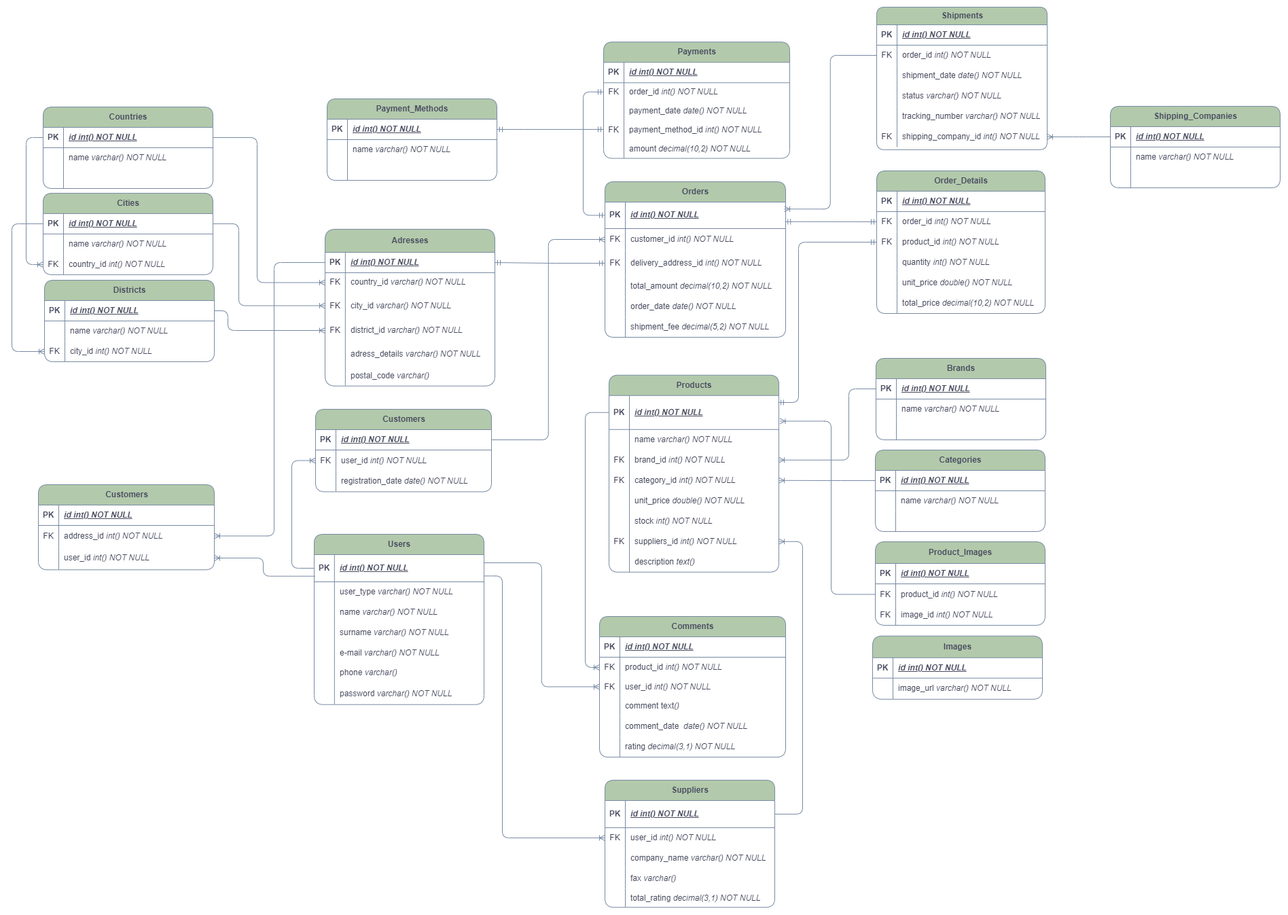
bilgstrn/e_commerce_database keeps this draw.io diagram as e_commerce_diagram.png. Above is the earlier version. Source tidied: cells renumbered, new cells last; positions are measured from the earlier drawing's top-left corner, leaving out a move shared by most shapes.
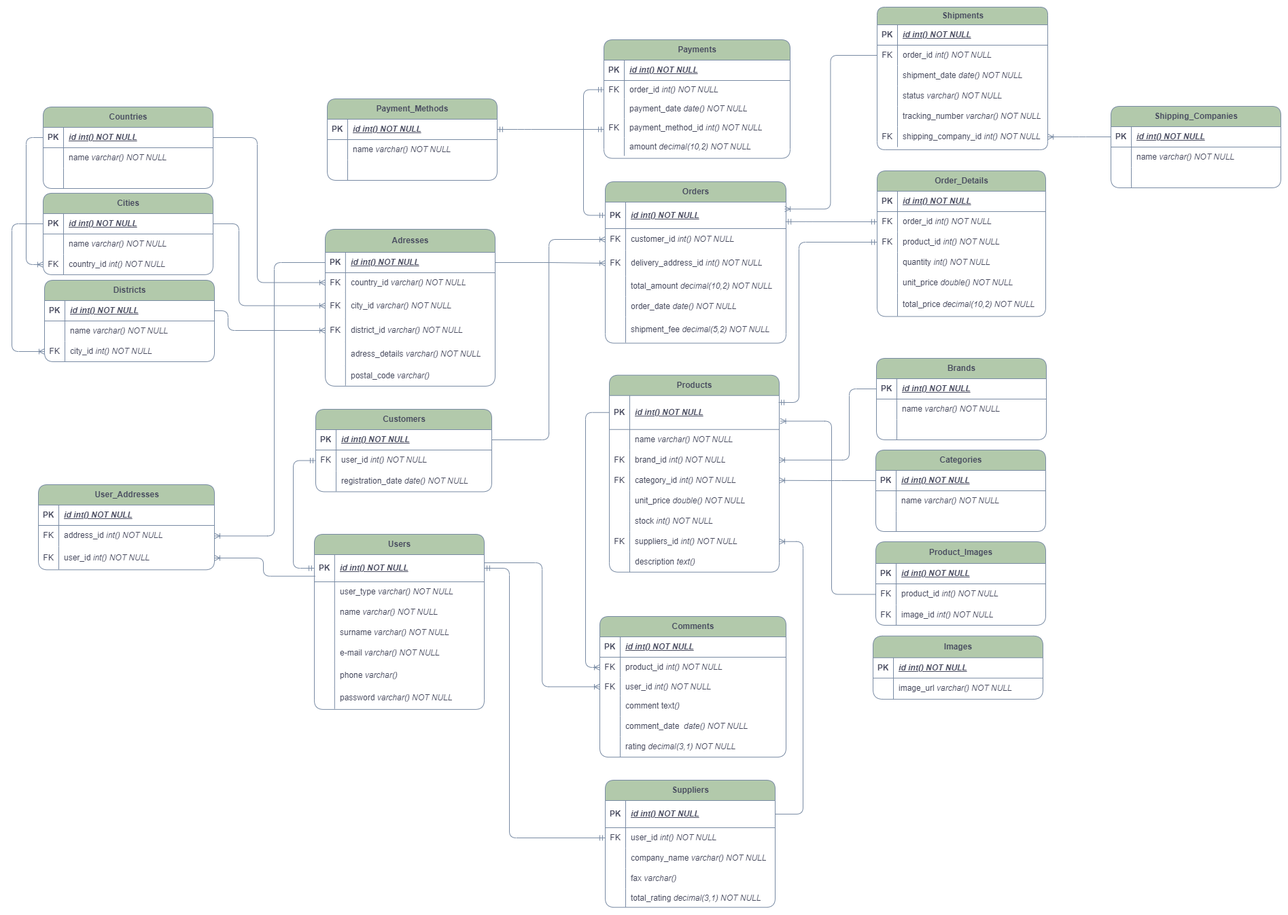
Above is the later version.

What changed in the source:
```diff
@@ -93,7 +93,7 @@
       <mxGeometry x="30" width="220" height="30" as="geometry" />
     </mxCell>
     <mxCell id="32" value="Order_Details" style="shape=table;startSize=30;rowLines=0;fontStyle=1;align=center;html=1;fillColor=#B2C9AB;strokeColor=#788AA3;labelBackgroundColor=none;fontColor=#46495D;rounded=1;" parent="1" vertex="1">
-      <mxGeometry x="1273" y="241" width="248" height="210" as="geometry" />
+      <mxGeometry x="1273" y="241" width="248" height="214.4" as="geometry" />
     </mxCell>
     <mxCell id="33" style="shape=tableRow;horizontal=0;startSize=0;swimlaneHead=0;swimlaneBody=0;fillColor=none;top=0;left=0;right=0;bottom=1;labelBackgroundColor=none;strokeColor=#788AA3;fontColor=#46495D;rounded=1;" parent="32" vertex="1">
       <mxGeometry y="30" width="248" height="30" as="geometry" />
@@ -141,13 +141,13 @@
       <mxGeometry x="30" width="218" height="30" as="geometry" />
     </mxCell>
     <mxCell id="48" style="shape=tableRow;horizontal=0;startSize=0;swimlaneHead=0;swimlaneBody=0;fillColor=none;top=0;left=0;right=0;bottom=0;labelBackgroundColor=none;strokeColor=#788AA3;fontColor=#46495D;rounded=1;" parent="32" vertex="1">
-      <mxGeometry y="180" width="248" height="30" as="geometry" />
+      <mxGeometry y="180" width="248" height="34" as="geometry" />
     </mxCell>
     <mxCell id="49" style="shape=partialRectangle;fillColor=none;top=0;left=0;bottom=0;right=0;overflow=hidden;whiteSpace=wrap;html=1;labelBackgroundColor=none;strokeColor=#788AA3;fontColor=#46495D;rounded=1;" parent="48" vertex="1">
-      <mxGeometry width="30" height="30" as="geometry" />
+      <mxGeometry width="30" height="34" as="geometry" />
     </mxCell>
     <mxCell id="50" value="total_price &lt;i&gt;decimal(10,2) NOT NULL&lt;/i&gt;" style="shape=partialRectangle;fillColor=none;top=0;left=0;bottom=0;right=0;align=left;spacingLeft=6;overflow=hidden;whiteSpace=wrap;html=1;labelBackgroundColor=none;strokeColor=#788AA3;fontColor=#46495D;rounded=1;" parent="48" vertex="1">
-      <mxGeometry x="30" width="218" height="30" as="geometry" />
+      <mxGeometry x="30" width="218" height="34" as="geometry" />
     </mxCell>
     <mxCell id="51" value="Products" style="shape=table;startSize=30;rowLines=0;fontStyle=1;align=center;html=1;fillColor=#B2C9AB;strokeColor=#788AA3;labelBackgroundColor=none;fontColor=#46495D;rounded=1;" parent="1" vertex="1">
       <mxGeometry x="879" y="541.8" width="250" height="290" as="geometry" />
@@ -225,7 +225,7 @@
       <mxGeometry x="30" width="220" height="30" as="geometry" />
     </mxCell>
     <mxCell id="76" value="Orders" style="shape=table;startSize=30;rowLines=0;fontStyle=1;align=center;html=1;fillColor=#B2C9AB;strokeColor=#788AA3;labelBackgroundColor=none;fontColor=#46495D;rounded=1;" parent="1" vertex="1">
-      <mxGeometry x="873" y="257" width="266" height="229" as="geometry" />
+      <mxGeometry x="873" y="257" width="266" height="237.7" as="geometry" />
     </mxCell>
     <mxCell id="77" style="shape=tableRow;horizontal=0;startSize=0;swimlaneHead=0;swimlaneBody=0;fillColor=none;points=[[0,0.5],[1,0.5]];portConstraint=eastwest;top=0;left=0;right=0;bottom=1;labelBackgroundColor=none;strokeColor=#788AA3;fontColor=#46495D;rounded=1;" parent="76" vertex="1">
       <mxGeometry y="30" width="266" height="39" as="geometry" />
@@ -273,13 +273,13 @@
       <mxGeometry x="30" width="236" height="30" as="geometry" />
     </mxCell>
     <mxCell id="92" style="shape=tableRow;horizontal=0;startSize=0;swimlaneHead=0;swimlaneBody=0;fillColor=none;top=0;left=0;right=0;bottom=0;labelBackgroundColor=none;strokeColor=#788AA3;fontColor=#46495D;rounded=1;" parent="76" vertex="1">
-      <mxGeometry y="199" width="266" height="30" as="geometry" />
+      <mxGeometry y="199" width="266" height="38" as="geometry" />
     </mxCell>
     <mxCell id="93" style="shape=partialRectangle;fillColor=none;top=0;left=0;bottom=0;right=0;overflow=hidden;whiteSpace=wrap;html=1;labelBackgroundColor=none;strokeColor=#788AA3;fontColor=#46495D;rounded=1;" parent="92" vertex="1">
-      <mxGeometry width="30" height="30" as="geometry" />
+      <mxGeometry width="30" height="38" as="geometry" />
     </mxCell>
     <mxCell id="94" value="shipment_fee &lt;i&gt;decimal(5,2) NOT NULL&lt;/i&gt;" style="shape=partialRectangle;fillColor=none;top=0;left=0;bottom=0;right=0;align=left;spacingLeft=6;overflow=hidden;whiteSpace=wrap;html=1;labelBackgroundColor=none;strokeColor=#788AA3;fontColor=#46495D;rounded=1;" parent="92" vertex="1">
-      <mxGeometry x="30" width="236" height="30" as="geometry" />
+      <mxGeometry x="30" width="236" height="38" as="geometry" />
     </mxCell>
     <mxCell id="95" value="Comments" style="shape=table;startSize=30;rowLines=0;fontStyle=1;align=center;html=1;fillColor=#B2C9AB;strokeColor=#788AA3;labelBackgroundColor=none;fontColor=#46495D;rounded=1;" parent="1" vertex="1">
       <mxGeometry x="865" y="897" width="274" height="207.1" as="geometry" />
@@ -396,7 +396,7 @@
       <mxGeometry x="30" width="221" height="30" as="geometry" />
     </mxCell>
     <mxCell id="133" value="Payments" style="shape=table;startSize=30;rowLines=0;fontStyle=1;align=center;html=1;fillColor=#B2C9AB;strokeColor=#788AA3;labelBackgroundColor=none;fontColor=#46495D;rounded=1;" parent="1" vertex="1">
-      <mxGeometry x="871" y="51.3" width="274" height="171.3" as="geometry" />
+      <mxGeometry x="871" y="48" width="274" height="174.6" as="geometry" />
     </mxCell>
     <mxCell id="134" style="shape=tableRow;horizontal=0;startSize=0;swimlaneHead=0;swimlaneBody=0;fillColor=none;top=0;left=0;right=0;bottom=1;labelBackgroundColor=none;strokeColor=#788AA3;fontColor=#46495D;rounded=1;" parent="133" vertex="1">
       <mxGeometry y="30" width="274" height="30" as="geometry" />
@@ -492,7 +492,7 @@
       <mxGeometry x="30" width="220" height="27" as="geometry" />
     </mxCell>
     <mxCell id="165" value="Adresses" style="shape=table;startSize=34;rowLines=0;fontStyle=1;align=center;html=1;fillColor=#B2C9AB;strokeColor=#788AA3;labelBackgroundColor=none;fontColor=#46495D;rounded=1;" parent="1" vertex="1">
-      <mxGeometry x="461" y="327" width="250" height="230.8" as="geometry" />
+      <mxGeometry x="461" y="327" width="250" height="231" as="geometry" />
     </mxCell>
     <mxCell id="166" style="shape=tableRow;horizontal=0;startSize=0;swimlaneHead=0;swimlaneBody=0;fillColor=none;points=[[0,0.5],[1,0.5]];portConstraint=eastwest;top=0;left=0;right=0;bottom=1;labelBackgroundColor=none;strokeColor=#788AA3;fontColor=#46495D;rounded=1;" parent="165" vertex="1">
       <mxGeometry y="34" width="250" height="30" as="geometry" />
@@ -669,7 +669,7 @@
       <mxGeometry x="30" width="229" height="30" as="geometry" />
     </mxCell>
     <mxCell id="224" value="Users" style="shape=table;startSize=30;rowLines=0;fontStyle=1;align=center;html=1;fillColor=#B2C9AB;strokeColor=#788AA3;labelBackgroundColor=none;fontColor=#46495D;rounded=1;" parent="1" vertex="1">
-      <mxGeometry x="445" y="776" width="250" height="250.7" as="geometry" />
+      <mxGeometry x="445" y="776" width="250" height="257.9" as="geometry" />
     </mxCell>
     <mxCell id="225" style="shape=tableRow;horizontal=0;startSize=0;swimlaneHead=0;swimlaneBody=0;fillColor=none;points=[[0,0.5],[1,0.5]];portConstraint=eastwest;top=0;left=0;right=0;bottom=1;labelBackgroundColor=none;strokeColor=#788AA3;fontColor=#46495D;rounded=1;" parent="224" vertex="1">
       <mxGeometry y="30" width="250" height="40" as="geometry" />
@@ -717,16 +717,16 @@
       <mxGeometry x="29.8" width="220.2" height="29" as="geometry" />
     </mxCell>
     <mxCell id="240" style="shape=tableRow;horizontal=0;startSize=0;swimlaneHead=0;swimlaneBody=0;fillColor=none;top=0;left=0;right=0;bottom=0;labelBackgroundColor=none;strokeColor=#788AA3;fontColor=#46495D;rounded=1;" parent="224" vertex="1">
-      <mxGeometry y="189" width="250" height="30" as="geometry" />
+      <mxGeometry y="189" width="250" height="37" as="geometry" />
     </mxCell>
     <mxCell id="241" style="shape=partialRectangle;fillColor=none;top=0;left=0;bottom=0;right=0;overflow=hidden;whiteSpace=wrap;html=1;labelBackgroundColor=none;strokeColor=#788AA3;fontColor=#46495D;rounded=1;" parent="240" vertex="1">
-      <mxGeometry width="29.8" height="30" as="geometry" />
+      <mxGeometry width="29.8" height="37" as="geometry" />
     </mxCell>
     <mxCell id="242" value="phone&amp;nbsp;&lt;i&gt;varchar()&lt;/i&gt;&amp;nbsp;" style="shape=partialRectangle;fillColor=none;top=0;left=0;bottom=0;right=0;align=left;spacingLeft=6;overflow=hidden;whiteSpace=wrap;html=1;labelBackgroundColor=none;strokeColor=#788AA3;fontColor=#46495D;rounded=1;" parent="240" vertex="1">
-      <mxGeometry x="29.8" width="220.2" height="30" as="geometry" />
+      <mxGeometry x="29.8" width="220.2" height="37" as="geometry" />
     </mxCell>
     <mxCell id="243" style="shape=tableRow;horizontal=0;startSize=0;swimlaneHead=0;swimlaneBody=0;fillColor=none;top=0;left=0;right=0;bottom=0;labelBackgroundColor=none;strokeColor=#788AA3;fontColor=#46495D;rounded=1;" parent="224" vertex="1">
-      <mxGeometry y="219" width="250" height="31" as="geometry" />
+      <mxGeometry y="226" width="250" height="31" as="geometry" />
     </mxCell>
     <mxCell id="244" style="shape=partialRectangle;fillColor=none;top=0;left=0;bottom=0;right=0;overflow=hidden;whiteSpace=wrap;html=1;labelBackgroundColor=none;strokeColor=#788AA3;fontColor=#46495D;rounded=1;" parent="243" vertex="1">
       <mxGeometry width="29.8" height="31" as="geometry" />
@@ -748,20 +748,6 @@
         </Array>
       </mxGeometry>
     </mxCell>
-    <mxCell id="248" style="edgeStyle=elbowEdgeStyle;fontSize=12;html=1;endArrow=ERoneToMany;rounded=1;exitX=0;exitY=0.5;exitDx=0;exitDy=0;entryX=0;entryY=0.5;entryDx=0;entryDy=0;labelBackgroundColor=none;strokeColor=#788AA3;fontColor=default;" parent="1" edge="1" source="225" target="218">
-      <mxGeometry relative="1" as="geometry">
-        <Array as="points">
-          <mxPoint x="412" y="748" />
-        </Array>
-      </mxGeometry>
-    </mxCell>
-    <mxCell id="249" style="edgeStyle=elbowEdgeStyle;fontSize=12;html=1;endArrow=ERoneToMany;rounded=1;entryX=0;entryY=0.5;entryDx=0;entryDy=0;exitX=1.001;exitY=0.785;exitDx=0;exitDy=0;exitPerimeter=0;labelBackgroundColor=none;strokeColor=#788AA3;fontColor=default;" parent="1" edge="1" source="225" target="153">
-      <mxGeometry relative="1" as="geometry">
-        <Array as="points">
-          <mxPoint x="722" y="1020" />
-        </Array>
-      </mxGeometry>
-    </mxCell>
     <mxCell id="250" style="edgeStyle=elbowEdgeStyle;fontSize=12;html=1;endArrow=ERoneToMany;rounded=1;exitX=1;exitY=0.5;exitDx=0;exitDy=0;entryX=1;entryY=0.5;entryDx=0;entryDy=0;labelBackgroundColor=none;strokeColor=#788AA3;fontColor=default;" parent="1" edge="1" source="150" target="70">
       <mxGeometry relative="1" as="geometry">
         <Array as="points">
@@ -782,9 +768,6 @@
         </Array>
       </mxGeometry>
     </mxCell>
-    <mxCell id="254" style="edgeStyle=elbowEdgeStyle;fontSize=12;html=1;endArrow=ERmandOne;startArrow=ERmandOne;rounded=1;entryX=1;entryY=0.5;entryDx=0;entryDy=0;exitX=0;exitY=0.5;exitDx=0;exitDy=0;labelBackgroundColor=none;strokeColor=#788AA3;fontColor=default;" parent="1" edge="1" source="83" target="166">
-      <mxGeometry relative="1" as="geometry" />
-    </mxCell>
     <mxCell id="255" style="edgeStyle=elbowEdgeStyle;fontSize=12;html=1;endArrow=ERoneToMany;rounded=1;exitX=1;exitY=0.5;exitDx=0;exitDy=0;entryX=0;entryY=0.5;entryDx=0;entryDy=0;labelBackgroundColor=none;strokeColor=#788AA3;fontColor=default;" parent="1" edge="1" source="195" target="172">
       <mxGeometry relative="1" as="geometry">
         <Array as="points">
@@ -942,7 +925,7 @@
     <mxCell id="293" value="image_url&amp;nbsp;&lt;i&gt;varchar() NOT NULL&lt;/i&gt;" style="shape=partialRectangle;fillColor=none;top=0;left=0;bottom=0;right=0;align=left;spacingLeft=6;overflow=hidden;whiteSpace=wrap;html=1;labelBackgroundColor=none;strokeColor=#788AA3;fontColor=#46495D;rounded=1;" parent="291" vertex="1">
       <mxGeometry x="30" width="220" height="31" as="geometry" />
     </mxCell>
-    <mxCell id="294" value="Customers" style="shape=table;startSize=30;rowLines=0;fontStyle=1;align=center;html=1;fillColor=#B2C9AB;strokeColor=#788AA3;labelBackgroundColor=none;fontColor=#46495D;rounded=1;" parent="1" vertex="1">
+    <mxCell id="294" value="User_Addresses" style="shape=table;startSize=30;rowLines=0;fontStyle=1;align=center;html=1;fillColor=#B2C9AB;strokeColor=#788AA3;labelBackgroundColor=none;fontColor=#46495D;rounded=1;" parent="1" vertex="1">
       <mxGeometry x="39" y="703" width="259" height="125.3" as="geometry" />
     </mxCell>
     <mxCell id="295" style="shape=tableRow;horizontal=0;startSize=0;swimlaneHead=0;swimlaneBody=0;fillColor=none;top=0;left=0;right=0;bottom=1;labelBackgroundColor=none;strokeColor=#788AA3;fontColor=#46495D;rounded=1;" parent="294" vertex="1">
@@ -966,7 +949,7 @@
     <mxCell id="301" style="shape=tableRow;horizontal=0;startSize=0;swimlaneHead=0;swimlaneBody=0;fillColor=none;points=[[0,0.5],[1,0.5]];portConstraint=eastwest;top=0;left=0;right=0;bottom=0;labelBackgroundColor=none;strokeColor=#788AA3;fontColor=#46495D;rounded=1;" parent="294" vertex="1">
       <mxGeometry y="91" width="259" height="34" as="geometry" />
     </mxCell>
-    <mxCell id="302" style="shape=partialRectangle;fillColor=none;top=0;left=0;bottom=0;right=0;overflow=hidden;whiteSpace=wrap;html=1;labelBackgroundColor=none;strokeColor=#788AA3;fontColor=#46495D;rounded=1;" parent="301" vertex="1">
+    <mxCell id="302" value="FK" style="shape=partialRectangle;fillColor=none;top=0;left=0;bottom=0;right=0;overflow=hidden;whiteSpace=wrap;html=1;labelBackgroundColor=none;strokeColor=#788AA3;fontColor=#46495D;rounded=1;" parent="301" vertex="1">
       <mxGeometry width="30" height="34" as="geometry" />
     </mxCell>
     <mxCell id="303" value="user_id&lt;i&gt; int() NOT NULL&lt;/i&gt;" style="shape=partialRectangle;fillColor=none;top=0;left=0;bottom=0;right=0;align=left;spacingLeft=6;overflow=hidden;whiteSpace=wrap;html=1;labelBackgroundColor=none;strokeColor=#788AA3;fontColor=#46495D;rounded=1;" parent="301" vertex="1">
@@ -986,5 +969,22 @@
         </Array>
       </mxGeometry>
     </mxCell>
+    <mxCell id="306" style="edgeStyle=elbowEdgeStyle;fontSize=12;html=1;endArrow=ERmandOne;startArrow=ERmandOne;rounded=1;entryX=0;entryY=0.5;entryDx=0;entryDy=0;exitX=0;exitY=0.5;exitDx=0;exitDy=0;labelBackgroundColor=none;strokeColor=#788AA3;fontColor=default;" parent="1" edge="1" source="218" target="225">
+      <mxGeometry relative="1" as="geometry">
+        <Array as="points">
+          <mxPoint x="414" y="745" />
+        </Array>
+      </mxGeometry>
+    </mxCell>
+    <mxCell id="249" style="edgeStyle=elbowEdgeStyle;fontSize=12;html=1;endArrow=ERmandOne;startArrow=ERmandOne;rounded=1;entryX=0;entryY=0.5;entryDx=0;entryDy=0;labelBackgroundColor=none;strokeColor=#788AA3;fontColor=default;" parent="1" edge="1" source="225" target="153">
+      <mxGeometry relative="1" as="geometry">
+        <Array as="points">
+          <mxPoint x="732" y="998.6" />
+        </Array>
+      </mxGeometry>
+    </mxCell>
+    <mxCell id="307" style="edgeStyle=elbowEdgeStyle;fontSize=12;html=1;endArrow=ERoneToMany;rounded=1;exitX=1;exitY=0.5;exitDx=0;exitDy=0;labelBackgroundColor=none;strokeColor=#788AA3;fontColor=default;entryX=0;entryY=0.5;entryDx=0;entryDy=0;" parent="1" edge="1" source="166" target="83">
+      <mxGeometry relative="1" as="geometry" />
+    </mxCell>
   </root>
 </mxGraphModel>
```
